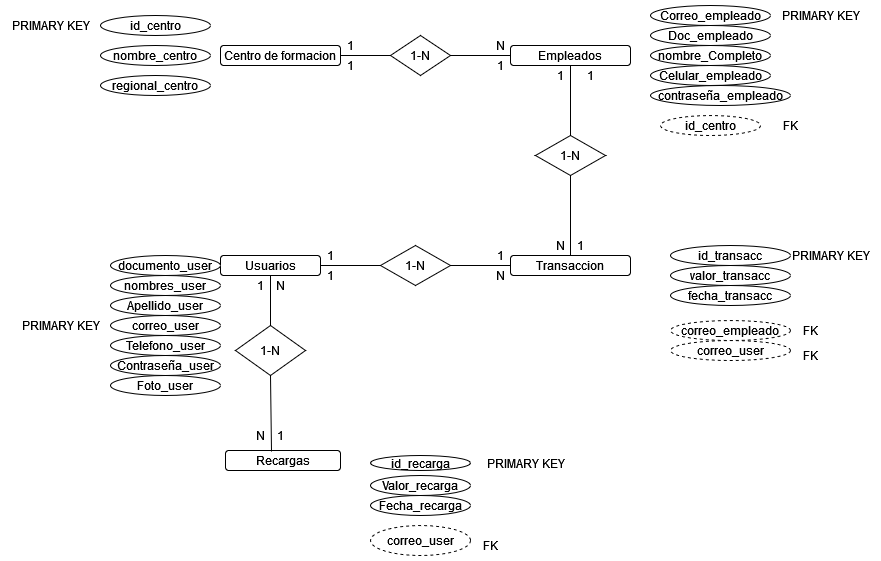
The draw.io diagram sql/Base de datos.png in chelsygonzalez/credi_banco, before a commit. Source tidied: cells renumbered, new cells last; positions are measured from the earlier drawing's top-left corner, leaving out a move shared by most shapes. Source of this version:
```xml
<mxGraphModel background="#FFFFFF">
  <root>
    <mxCell id="0" />
    <mxCell id="1" parent="0" />
    <mxCell id="2" value="Centro de formacion" style="rounded=1;whiteSpace=wrap;html=1;" parent="1" vertex="1">
      <mxGeometry x="220" y="45" width="120" height="20" as="geometry" />
    </mxCell>
    <mxCell id="3" value="id_centro" style="ellipse;whiteSpace=wrap;html=1;" parent="1" vertex="1">
      <mxGeometry x="100" y="15" width="110" height="20" as="geometry" />
    </mxCell>
    <mxCell id="4" value="nombre_centro" style="ellipse;whiteSpace=wrap;html=1;" parent="1" vertex="1">
      <mxGeometry x="100" y="45" width="110" height="20" as="geometry" />
    </mxCell>
    <mxCell id="5" value="regional_centro" style="ellipse;whiteSpace=wrap;html=1;" parent="1" vertex="1">
      <mxGeometry x="100" y="75" width="110" height="20" as="geometry" />
    </mxCell>
    <mxCell id="6" value="Empleados " style="rounded=1;whiteSpace=wrap;html=1;" parent="1" vertex="1">
      <mxGeometry x="510" y="45" width="120" height="20" as="geometry" />
    </mxCell>
    <mxCell id="7" value="1-N" style="rhombus;whiteSpace=wrap;html=1;" parent="1" vertex="1">
      <mxGeometry x="390" y="35" width="60" height="40" as="geometry" />
    </mxCell>
    <mxCell id="8" style="endArrow=none;html=1;rounded=0;exitX=1;exitY=0.5;exitDx=0;exitDy=0;entryX=0;entryY=0.5;entryDx=0;entryDy=0;" parent="1" edge="1" source="2" target="7">
      <mxGeometry relative="1" as="geometry" />
    </mxCell>
    <mxCell id="9" style="endArrow=none;html=1;rounded=0;exitX=1;exitY=0.5;exitDx=0;exitDy=0;entryX=0;entryY=0.5;entryDx=0;entryDy=0;" parent="1" edge="1" source="7" target="6">
      <mxGeometry relative="1" as="geometry" />
    </mxCell>
    <mxCell id="10" value="Correo_empleado" style="ellipse;whiteSpace=wrap;html=1;" parent="1" vertex="1">
      <mxGeometry x="650" y="5" width="120" height="20" as="geometry" />
    </mxCell>
    <mxCell id="11" value="Doc_empleado" style="ellipse;whiteSpace=wrap;html=1;" parent="1" vertex="1">
      <mxGeometry x="650" y="25" width="120" height="20" as="geometry" />
    </mxCell>
    <mxCell id="12" value="nombre_Completo" style="ellipse;whiteSpace=wrap;html=1;" parent="1" vertex="1">
      <mxGeometry x="650" y="45" width="120" height="20" as="geometry" />
    </mxCell>
    <mxCell id="13" value="Celular_empleado" style="ellipse;whiteSpace=wrap;html=1;" parent="1" vertex="1">
      <mxGeometry x="650" y="65" width="120" height="20" as="geometry" />
    </mxCell>
    <mxCell id="14" value="contraseña_empleado" style="ellipse;whiteSpace=wrap;html=1;" parent="1" vertex="1">
      <mxGeometry x="650" y="85" width="140" height="20" as="geometry" />
    </mxCell>
    <mxCell id="15" value="Transaccion" style="rounded=1;whiteSpace=wrap;html=1;" parent="1" vertex="1">
      <mxGeometry x="510" y="255" width="120" height="20" as="geometry" />
    </mxCell>
    <mxCell id="16" value="1-N" style="rhombus;whiteSpace=wrap;html=1;" parent="1" vertex="1">
      <mxGeometry x="535" y="135" width="70" height="40" as="geometry" />
    </mxCell>
    <mxCell id="17" style="endArrow=none;html=1;rounded=0;entryX=0.5;entryY=1;entryDx=0;entryDy=0;exitX=0.5;exitY=0;exitDx=0;exitDy=0;" parent="1" edge="1" source="16" target="6">
      <mxGeometry relative="1" as="geometry" />
    </mxCell>
    <mxCell id="18" style="endArrow=none;html=1;rounded=0;entryX=0.5;entryY=1;entryDx=0;entryDy=0;exitX=0.5;exitY=0;exitDx=0;exitDy=0;" parent="1" edge="1" source="15" target="16">
      <mxGeometry relative="1" as="geometry" />
    </mxCell>
    <mxCell id="19" value="id_transacc" style="ellipse;whiteSpace=wrap;html=1;" parent="1" vertex="1">
      <mxGeometry x="670" y="245" width="120" height="20" as="geometry" />
    </mxCell>
    <mxCell id="20" value="valor_transacc" style="ellipse;whiteSpace=wrap;html=1;" parent="1" vertex="1">
      <mxGeometry x="670" y="265" width="120" height="20" as="geometry" />
    </mxCell>
    <mxCell id="21" value="fecha_transacc" style="ellipse;whiteSpace=wrap;html=1;" parent="1" vertex="1">
      <mxGeometry x="670" y="285" width="120" height="20" as="geometry" />
    </mxCell>
    <mxCell id="22" value="Usuarios" style="rounded=1;whiteSpace=wrap;html=1;" parent="1" vertex="1">
      <mxGeometry x="220" y="255" width="100" height="20" as="geometry" />
    </mxCell>
    <mxCell id="23" value="1-N" style="rhombus;whiteSpace=wrap;html=1;" parent="1" vertex="1">
      <mxGeometry x="380" y="245" width="70" height="40" as="geometry" />
    </mxCell>
    <mxCell id="24" style="endArrow=none;html=1;rounded=0;exitX=1;exitY=0.5;exitDx=0;exitDy=0;entryX=0;entryY=0.5;entryDx=0;entryDy=0;" parent="1" edge="1" source="22" target="23">
      <mxGeometry relative="1" as="geometry" />
    </mxCell>
    <mxCell id="25" style="endArrow=none;html=1;rounded=0;entryX=1;entryY=0.5;entryDx=0;entryDy=0;exitX=0;exitY=0.5;exitDx=0;exitDy=0;" parent="1" edge="1" source="15" target="23">
      <mxGeometry relative="1" as="geometry" />
    </mxCell>
    <mxCell id="26" value="documento_user" style="ellipse;whiteSpace=wrap;html=1;" parent="1" vertex="1">
      <mxGeometry x="110" y="255" width="110" height="20" as="geometry" />
    </mxCell>
    <mxCell id="27" value="nombres_user" style="ellipse;whiteSpace=wrap;html=1;" parent="1" vertex="1">
      <mxGeometry x="110" y="275" width="110" height="20" as="geometry" />
    </mxCell>
    <mxCell id="28" value="Apellido_user" style="ellipse;whiteSpace=wrap;html=1;" parent="1" vertex="1">
      <mxGeometry x="110" y="295" width="110" height="20" as="geometry" />
    </mxCell>
    <mxCell id="29" value="correo_user" style="ellipse;whiteSpace=wrap;html=1;" parent="1" vertex="1">
      <mxGeometry x="110" y="315" width="110" height="20" as="geometry" />
    </mxCell>
    <mxCell id="30" value="Telefono_user" style="ellipse;whiteSpace=wrap;html=1;" parent="1" vertex="1">
      <mxGeometry x="110" y="335" width="110" height="20" as="geometry" />
    </mxCell>
    <mxCell id="31" value="Contraseña_user" style="ellipse;whiteSpace=wrap;html=1;" parent="1" vertex="1">
      <mxGeometry x="110" y="355" width="110" height="20" as="geometry" />
    </mxCell>
    <mxCell id="32" value="Recargas" style="rounded=1;whiteSpace=wrap;html=1;" parent="1" vertex="1">
      <mxGeometry x="225" y="450" width="115" height="20" as="geometry" />
    </mxCell>
    <mxCell id="33" value="1-N" style="rhombus;whiteSpace=wrap;html=1;" parent="1" vertex="1">
      <mxGeometry x="235" y="325" width="70" height="50" as="geometry" />
    </mxCell>
    <mxCell id="34" style="endArrow=none;html=1;rounded=0;exitX=0.5;exitY=1;exitDx=0;exitDy=0;entryX=0.5;entryY=0;entryDx=0;entryDy=0;" parent="1" edge="1" source="22" target="33">
      <mxGeometry relative="1" as="geometry" />
    </mxCell>
    <mxCell id="35" style="endArrow=none;html=1;rounded=0;exitX=0.5;exitY=1;exitDx=0;exitDy=0;entryX=0.4;entryY=0.05;entryDx=0;entryDy=0;entryPerimeter=0;" parent="1" edge="1" source="33" target="32">
      <mxGeometry relative="1" as="geometry" />
    </mxCell>
    <mxCell id="36" value="Valor_recarga" style="ellipse;whiteSpace=wrap;html=1;" parent="1" vertex="1">
      <mxGeometry x="370" y="475" width="100" height="20" as="geometry" />
    </mxCell>
    <mxCell id="37" value="id_recarga" style="ellipse;whiteSpace=wrap;html=1;" parent="1" vertex="1">
      <mxGeometry x="370" y="455" width="100" height="15" as="geometry" />
    </mxCell>
    <mxCell id="38" value="Fecha_recarga" style="ellipse;whiteSpace=wrap;html=1;" parent="1" vertex="1">
      <mxGeometry x="370" y="495" width="100" height="20" as="geometry" />
    </mxCell>
    <mxCell id="39" value="PRIMARY KEY" style="text;html=1;align=center;verticalAlign=middle;strokeColor=none;fillColor=none;" parent="1" vertex="1">
      <mxGeometry x="10" y="310" width="100" height="30" as="geometry" />
    </mxCell>
    <mxCell id="40" value="correo_user" style="ellipse;whiteSpace=wrap;html=1;align=center;dashed=1;" parent="1" vertex="1">
      <mxGeometry x="370" y="525" width="100" height="30" as="geometry" />
    </mxCell>
    <mxCell id="41" value="FK" style="text;html=1;align=center;verticalAlign=middle;strokeColor=none;fillColor=none;" parent="1" vertex="1">
      <mxGeometry x="470" y="530" width="40" height="30" as="geometry" />
    </mxCell>
    <mxCell id="42" value="id_centro" style="ellipse;whiteSpace=wrap;html=1;align=center;dashed=1;" parent="1" vertex="1">
      <mxGeometry x="660" y="115" width="100" height="20" as="geometry" />
    </mxCell>
    <mxCell id="43" value="FK" style="text;html=1;align=center;verticalAlign=middle;strokeColor=none;fillColor=none;" parent="1" vertex="1">
      <mxGeometry x="770" y="110" width="40" height="30" as="geometry" />
    </mxCell>
    <mxCell id="44" value="PRIMARY KEY" style="text;html=1;align=center;verticalAlign=middle;strokeColor=none;fillColor=none;" parent="1" vertex="1">
      <mxGeometry x="770" width="100" height="30" as="geometry" />
    </mxCell>
    <mxCell id="45" value="PRIMARY KEY" style="text;html=1;align=center;verticalAlign=middle;strokeColor=none;fillColor=none;" parent="1" vertex="1">
      <mxGeometry y="10" width="100" height="30" as="geometry" />
    </mxCell>
    <mxCell id="46" value="PRIMARY KEY" style="text;html=1;align=center;verticalAlign=middle;strokeColor=none;fillColor=none;" parent="1" vertex="1">
      <mxGeometry x="780" y="240" width="100" height="30" as="geometry" />
    </mxCell>
    <mxCell id="47" value="correo_empleado" style="ellipse;whiteSpace=wrap;html=1;align=center;dashed=1;" parent="1" vertex="1">
      <mxGeometry x="670" y="320" width="120" height="20" as="geometry" />
    </mxCell>
    <mxCell id="48" value="correo_user" style="ellipse;whiteSpace=wrap;html=1;align=center;dashed=1;" parent="1" vertex="1">
      <mxGeometry x="670" y="340" width="120" height="20" as="geometry" />
    </mxCell>
    <mxCell id="49" value="FK" style="text;html=1;align=center;verticalAlign=middle;strokeColor=none;fillColor=none;" parent="1" vertex="1">
      <mxGeometry x="790" y="340" width="40" height="30" as="geometry" />
    </mxCell>
    <mxCell id="50" value="FK" style="text;html=1;align=center;verticalAlign=middle;strokeColor=none;fillColor=none;" parent="1" vertex="1">
      <mxGeometry x="790" y="315" width="40" height="30" as="geometry" />
    </mxCell>
    <mxCell id="51" value="1" style="text;html=1;align=center;verticalAlign=middle;strokeColor=none;fillColor=none;" parent="1" vertex="1">
      <mxGeometry x="335" y="30" width="30" height="30" as="geometry" />
    </mxCell>
    <mxCell id="52" value="N" style="text;html=1;align=center;verticalAlign=middle;strokeColor=none;fillColor=none;" parent="1" vertex="1">
      <mxGeometry x="485" y="30" width="30" height="30" as="geometry" />
    </mxCell>
    <mxCell id="53" value="1" style="text;html=1;align=center;verticalAlign=middle;strokeColor=none;fillColor=none;" parent="1" vertex="1">
      <mxGeometry x="485" y="50" width="30" height="30" as="geometry" />
    </mxCell>
    <mxCell id="54" value="1" style="text;html=1;align=center;verticalAlign=middle;strokeColor=none;fillColor=none;" parent="1" vertex="1">
      <mxGeometry x="335" y="50" width="30" height="30" as="geometry" />
    </mxCell>
    <mxCell id="55" value="1" style="text;html=1;align=center;verticalAlign=middle;strokeColor=none;fillColor=none;" parent="1" vertex="1">
      <mxGeometry x="545" y="60" width="30" height="30" as="geometry" />
    </mxCell>
    <mxCell id="56" value="N" style="text;html=1;align=center;verticalAlign=middle;strokeColor=none;fillColor=none;" parent="1" vertex="1">
      <mxGeometry x="545" y="230" width="30" height="30" as="geometry" />
    </mxCell>
    <mxCell id="57" value="1" style="text;html=1;align=center;verticalAlign=middle;strokeColor=none;fillColor=none;" parent="1" vertex="1">
      <mxGeometry x="565" y="230" width="30" height="30" as="geometry" />
    </mxCell>
    <mxCell id="58" value="1" style="text;html=1;align=center;verticalAlign=middle;strokeColor=none;fillColor=none;" parent="1" vertex="1">
      <mxGeometry x="575" y="60" width="30" height="30" as="geometry" />
    </mxCell>
    <mxCell id="59" value="1" style="text;html=1;align=center;verticalAlign=middle;strokeColor=none;fillColor=none;" parent="1" vertex="1">
      <mxGeometry x="485" y="240" width="30" height="30" as="geometry" />
    </mxCell>
    <mxCell id="60" value="1" style="text;html=1;align=center;verticalAlign=middle;strokeColor=none;fillColor=none;" parent="1" vertex="1">
      <mxGeometry x="315" y="240" width="30" height="30" as="geometry" />
    </mxCell>
    <mxCell id="61" value="1" style="text;html=1;align=center;verticalAlign=middle;strokeColor=none;fillColor=none;" parent="1" vertex="1">
      <mxGeometry x="315" y="260" width="30" height="30" as="geometry" />
    </mxCell>
    <mxCell id="62" value="N" style="text;html=1;align=center;verticalAlign=middle;strokeColor=none;fillColor=none;" parent="1" vertex="1">
      <mxGeometry x="485" y="260" width="30" height="30" as="geometry" />
    </mxCell>
    <mxCell id="63" value="1" style="text;html=1;align=center;verticalAlign=middle;strokeColor=none;fillColor=none;" parent="1" vertex="1">
      <mxGeometry x="245" y="270" width="30" height="30" as="geometry" />
    </mxCell>
    <mxCell id="64" value="N" style="text;html=1;align=center;verticalAlign=middle;strokeColor=none;fillColor=none;" parent="1" vertex="1">
      <mxGeometry x="245" y="420" width="30" height="30" as="geometry" />
    </mxCell>
    <mxCell id="65" value="1" style="text;html=1;align=center;verticalAlign=middle;strokeColor=none;fillColor=none;" parent="1" vertex="1">
      <mxGeometry x="265" y="420" width="30" height="30" as="geometry" />
    </mxCell>
    <mxCell id="66" value="N" style="text;html=1;align=center;verticalAlign=middle;strokeColor=none;fillColor=none;" parent="1" vertex="1">
      <mxGeometry x="265" y="270" width="30" height="30" as="geometry" />
    </mxCell>
    <mxCell id="67" value="Foto_user" style="ellipse;whiteSpace=wrap;html=1;" parent="1" vertex="1">
      <mxGeometry x="110" y="375" width="110" height="20" as="geometry" />
    </mxCell>
    <mxCell id="68" value="PRIMARY KEY" style="text;html=1;align=center;verticalAlign=middle;strokeColor=none;fillColor=none;" parent="1" vertex="1">
      <mxGeometry x="475" y="447.5" width="100" height="30" as="geometry" />
    </mxCell>
  </root>
</mxGraphModel>
```
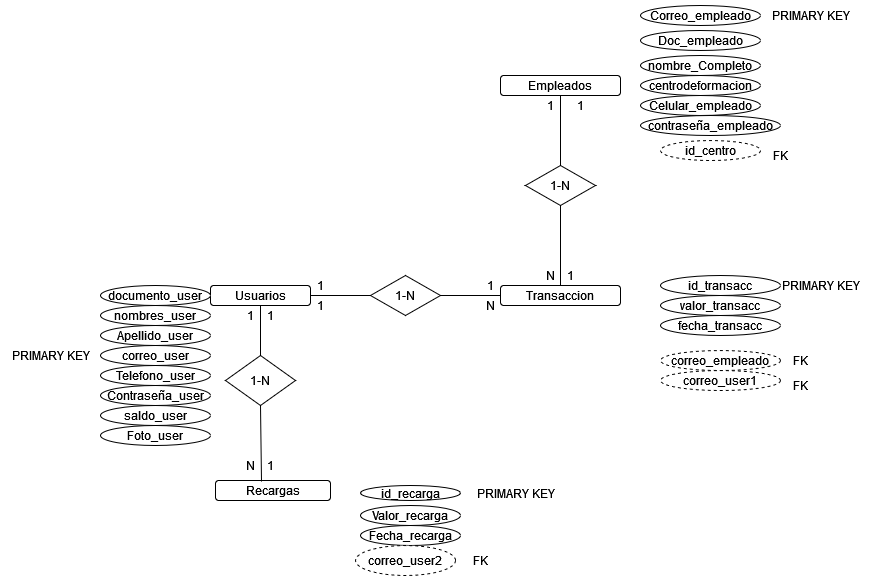
The same file after the commit.

Diff of the diagram source:
```diff
@@ -2,38 +2,17 @@
   <root>
     <mxCell id="0" />
     <mxCell id="1" parent="0" />
-    <mxCell id="2" value="Centro de formacion" style="rounded=1;whiteSpace=wrap;html=1;" parent="1" vertex="1">
-      <mxGeometry x="220" y="45" width="120" height="20" as="geometry" />
-    </mxCell>
-    <mxCell id="3" value="id_centro" style="ellipse;whiteSpace=wrap;html=1;" parent="1" vertex="1">
-      <mxGeometry x="100" y="15" width="110" height="20" as="geometry" />
-    </mxCell>
-    <mxCell id="4" value="nombre_centro" style="ellipse;whiteSpace=wrap;html=1;" parent="1" vertex="1">
-      <mxGeometry x="100" y="45" width="110" height="20" as="geometry" />
-    </mxCell>
-    <mxCell id="5" value="regional_centro" style="ellipse;whiteSpace=wrap;html=1;" parent="1" vertex="1">
-      <mxGeometry x="100" y="75" width="110" height="20" as="geometry" />
-    </mxCell>
     <mxCell id="6" value="Empleados " style="rounded=1;whiteSpace=wrap;html=1;" parent="1" vertex="1">
       <mxGeometry x="510" y="45" width="120" height="20" as="geometry" />
     </mxCell>
-    <mxCell id="7" value="1-N" style="rhombus;whiteSpace=wrap;html=1;" parent="1" vertex="1">
-      <mxGeometry x="390" y="35" width="60" height="40" as="geometry" />
-    </mxCell>
-    <mxCell id="8" style="endArrow=none;html=1;rounded=0;exitX=1;exitY=0.5;exitDx=0;exitDy=0;entryX=0;entryY=0.5;entryDx=0;entryDy=0;" parent="1" edge="1" source="2" target="7">
-      <mxGeometry relative="1" as="geometry" />
-    </mxCell>
-    <mxCell id="9" style="endArrow=none;html=1;rounded=0;exitX=1;exitY=0.5;exitDx=0;exitDy=0;entryX=0;entryY=0.5;entryDx=0;entryDy=0;" parent="1" edge="1" source="7" target="6">
-      <mxGeometry relative="1" as="geometry" />
-    </mxCell>
     <mxCell id="10" value="Correo_empleado" style="ellipse;whiteSpace=wrap;html=1;" parent="1" vertex="1">
-      <mxGeometry x="650" y="5" width="120" height="20" as="geometry" />
+      <mxGeometry x="650" y="-25" width="120" height="20" as="geometry" />
     </mxCell>
     <mxCell id="11" value="Doc_empleado" style="ellipse;whiteSpace=wrap;html=1;" parent="1" vertex="1">
-      <mxGeometry x="650" y="25" width="120" height="20" as="geometry" />
+      <mxGeometry x="650" width="120" height="20" as="geometry" />
     </mxCell>
     <mxCell id="12" value="nombre_Completo" style="ellipse;whiteSpace=wrap;html=1;" parent="1" vertex="1">
-      <mxGeometry x="650" y="45" width="120" height="20" as="geometry" />
+      <mxGeometry x="650" y="25" width="120" height="20" as="geometry" />
     </mxCell>
     <mxCell id="13" value="Celular_empleado" style="ellipse;whiteSpace=wrap;html=1;" parent="1" vertex="1">
       <mxGeometry x="650" y="65" width="120" height="20" as="geometry" />
@@ -116,31 +95,28 @@
     <mxCell id="39" value="PRIMARY KEY" style="text;html=1;align=center;verticalAlign=middle;strokeColor=none;fillColor=none;" parent="1" vertex="1">
       <mxGeometry x="10" y="310" width="100" height="30" as="geometry" />
     </mxCell>
-    <mxCell id="40" value="correo_user" style="ellipse;whiteSpace=wrap;html=1;align=center;dashed=1;" parent="1" vertex="1">
-      <mxGeometry x="370" y="525" width="100" height="30" as="geometry" />
+    <mxCell id="40" value="correo_user2" style="ellipse;whiteSpace=wrap;html=1;align=center;dashed=1;" parent="1" vertex="1">
+      <mxGeometry x="365" y="515" width="100" height="30" as="geometry" />
     </mxCell>
     <mxCell id="41" value="FK" style="text;html=1;align=center;verticalAlign=middle;strokeColor=none;fillColor=none;" parent="1" vertex="1">
-      <mxGeometry x="470" y="530" width="40" height="30" as="geometry" />
+      <mxGeometry x="470" y="515" width="40" height="30" as="geometry" />
     </mxCell>
     <mxCell id="42" value="id_centro" style="ellipse;whiteSpace=wrap;html=1;align=center;dashed=1;" parent="1" vertex="1">
-      <mxGeometry x="660" y="115" width="100" height="20" as="geometry" />
+      <mxGeometry x="670" y="110" width="100" height="20" as="geometry" />
     </mxCell>
     <mxCell id="43" value="FK" style="text;html=1;align=center;verticalAlign=middle;strokeColor=none;fillColor=none;" parent="1" vertex="1">
       <mxGeometry x="770" y="110" width="40" height="30" as="geometry" />
     </mxCell>
     <mxCell id="44" value="PRIMARY KEY" style="text;html=1;align=center;verticalAlign=middle;strokeColor=none;fillColor=none;" parent="1" vertex="1">
-      <mxGeometry x="770" width="100" height="30" as="geometry" />
+      <mxGeometry x="770" y="-30" width="100" height="30" as="geometry" />
     </mxCell>
-    <mxCell id="45" value="PRIMARY KEY" style="text;html=1;align=center;verticalAlign=middle;strokeColor=none;fillColor=none;" parent="1" vertex="1">
-      <mxGeometry y="10" width="100" height="30" as="geometry" />
-    </mxCell>
     <mxCell id="46" value="PRIMARY KEY" style="text;html=1;align=center;verticalAlign=middle;strokeColor=none;fillColor=none;" parent="1" vertex="1">
       <mxGeometry x="780" y="240" width="100" height="30" as="geometry" />
     </mxCell>
     <mxCell id="47" value="correo_empleado" style="ellipse;whiteSpace=wrap;html=1;align=center;dashed=1;" parent="1" vertex="1">
       <mxGeometry x="670" y="320" width="120" height="20" as="geometry" />
     </mxCell>
-    <mxCell id="48" value="correo_user" style="ellipse;whiteSpace=wrap;html=1;align=center;dashed=1;" parent="1" vertex="1">
+    <mxCell id="48" value="correo_user1" style="ellipse;whiteSpace=wrap;html=1;align=center;dashed=1;" parent="1" vertex="1">
       <mxGeometry x="670" y="340" width="120" height="20" as="geometry" />
     </mxCell>
     <mxCell id="49" value="FK" style="text;html=1;align=center;verticalAlign=middle;strokeColor=none;fillColor=none;" parent="1" vertex="1">
@@ -149,18 +125,6 @@
     <mxCell id="50" value="FK" style="text;html=1;align=center;verticalAlign=middle;strokeColor=none;fillColor=none;" parent="1" vertex="1">
       <mxGeometry x="790" y="315" width="40" height="30" as="geometry" />
     </mxCell>
-    <mxCell id="51" value="1" style="text;html=1;align=center;verticalAlign=middle;strokeColor=none;fillColor=none;" parent="1" vertex="1">
-      <mxGeometry x="335" y="30" width="30" height="30" as="geometry" />
-    </mxCell>
-    <mxCell id="52" value="N" style="text;html=1;align=center;verticalAlign=middle;strokeColor=none;fillColor=none;" parent="1" vertex="1">
-      <mxGeometry x="485" y="30" width="30" height="30" as="geometry" />
-    </mxCell>
-    <mxCell id="53" value="1" style="text;html=1;align=center;verticalAlign=middle;strokeColor=none;fillColor=none;" parent="1" vertex="1">
-      <mxGeometry x="485" y="50" width="30" height="30" as="geometry" />
-    </mxCell>
-    <mxCell id="54" value="1" style="text;html=1;align=center;verticalAlign=middle;strokeColor=none;fillColor=none;" parent="1" vertex="1">
-      <mxGeometry x="335" y="50" width="30" height="30" as="geometry" />
-    </mxCell>
     <mxCell id="55" value="1" style="text;html=1;align=center;verticalAlign=middle;strokeColor=none;fillColor=none;" parent="1" vertex="1">
       <mxGeometry x="545" y="60" width="30" height="30" as="geometry" />
     </mxCell>
@@ -194,14 +158,20 @@
     <mxCell id="65" value="1" style="text;html=1;align=center;verticalAlign=middle;strokeColor=none;fillColor=none;" parent="1" vertex="1">
       <mxGeometry x="265" y="420" width="30" height="30" as="geometry" />
     </mxCell>
-    <mxCell id="66" value="N" style="text;html=1;align=center;verticalAlign=middle;strokeColor=none;fillColor=none;" parent="1" vertex="1">
+    <mxCell id="66" value="1" style="text;html=1;align=center;verticalAlign=middle;strokeColor=none;fillColor=none;" parent="1" vertex="1">
       <mxGeometry x="265" y="270" width="30" height="30" as="geometry" />
     </mxCell>
     <mxCell id="67" value="Foto_user" style="ellipse;whiteSpace=wrap;html=1;" parent="1" vertex="1">
-      <mxGeometry x="110" y="375" width="110" height="20" as="geometry" />
+      <mxGeometry x="110" y="395" width="110" height="20" as="geometry" />
     </mxCell>
     <mxCell id="68" value="PRIMARY KEY" style="text;html=1;align=center;verticalAlign=middle;strokeColor=none;fillColor=none;" parent="1" vertex="1">
       <mxGeometry x="475" y="447.5" width="100" height="30" as="geometry" />
     </mxCell>
+    <mxCell id="69" value="centrodeformacion" style="ellipse;whiteSpace=wrap;html=1;" parent="1" vertex="1">
+      <mxGeometry x="650" y="45" width="120" height="20" as="geometry" />
+    </mxCell>
+    <mxCell id="70" value="saldo_user" style="ellipse;whiteSpace=wrap;html=1;" parent="1" vertex="1">
+      <mxGeometry x="110" y="375" width="110" height="20" as="geometry" />
+    </mxCell>
   </root>
 </mxGraphModel>
```
